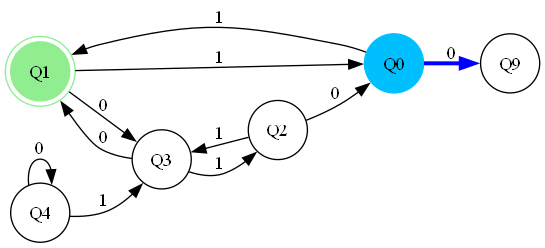
Earlier version of the Graphviz export automata.png (Jhos-hgnu/Proyecto-Automatas). Its source is kept beside it as automata.dot.
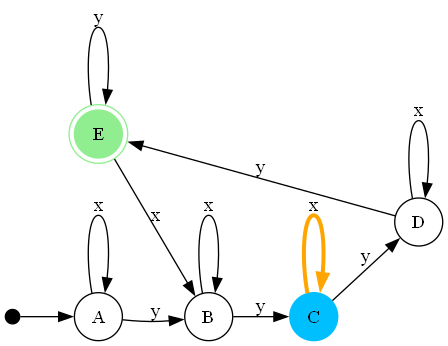
Above is the later version.

Change to the diagram source:
```diff
@@ -2,23 +2,34 @@
 	rankdir=LR;
 	size="8,5"
 
-	node [shape = doublecircle]; Q1 ;
+	ordering=out;
+	nodesep=0.8;
+
+	node [shape = doublecircle]; E ;
 	node [shape = circle];
 
-	Q0 [color=deepskyblue style=filled];
-	Q1 [color=lightgreen style=filled];
-	Q2 [color=black];
-	Q3 [color=black];
-	Q4 [color=black];
+	inic [shape=point, width=0.15, color=black];
+	inic -> A [color=black, arrowhead=normal];
 
-	Q0 -> Q9 [ label = "0" ] [color="#0000ff" penwidth=3.0];
-	Q0 -> Q1 [ label = "1" ] [color="#000000"];
-	Q1 -> Q3 [ label = "0" ] [color="#000000"];
-	Q1 -> Q0 [ label = "1" ] [color="#000000"];
-	Q2 -> Q0 [ label = "0" ] [color="#000000"];
-	Q2 -> Q3 [ label = "1" ] [color="#000000"];
-	Q3 -> Q1 [ label = "0" ] [color="#000000"];
-	Q3 -> Q2 [ label = "1" ] [color="#000000"];
-	Q4 -> Q4 [ label = "0" ] [color="#000000"];
-	Q4 -> Q3 [ label = "1" ] [color="#000000"];
+	{ rank = same; A; }
+	{ rank = same; B; }
+	{ rank = same; C; }
+	{ rank = same; D; }
+	{ rank = same; E; }
+	A [color=black];
+	B [color=black];
+	C [color=deepskyblue style=filled];
+	D [color=black];
+	E [color=lightgreen style=filled];
+
+	A -> A [ label = "x" ] [color="#000000"];
+	A -> B [ label = "y" ] [color="#000000"];
+	B -> B [ label = "x" ] [color="#000000"];
+	B -> C [ label = "y" ] [color="#000000"];
+	C -> C [ label = "x" ] [color="#ffa500" penwidth=3.0];
+	C -> D [ label = "y" ] [color="#000000"];
+	D -> D [ label = "x" ] [color="#000000"];
+	D -> E [ label = "y" ] [color="#000000"];
+	E -> B [ label = "x" ] [color="#000000"];
+	E -> E [ label = "y" ] [color="#000000"];
 }
```
